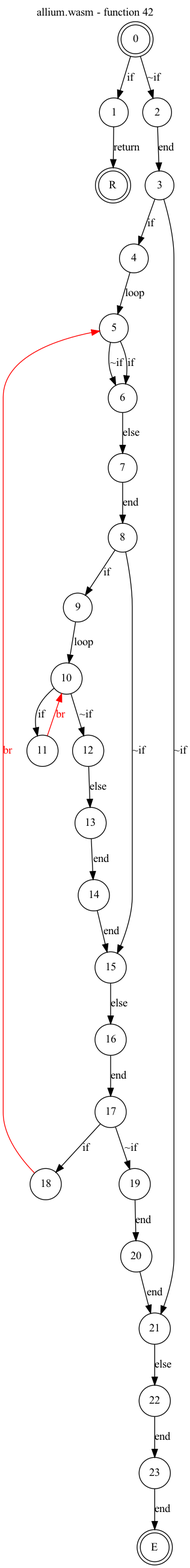
jsCarleton/wanalyze keeps this Graphviz diagram as test_cases/allium/funcs/allium-func42.png. Above is the earlier version. Its source is kept beside it as test_cases/allium/funcs/allium-func42.dot.
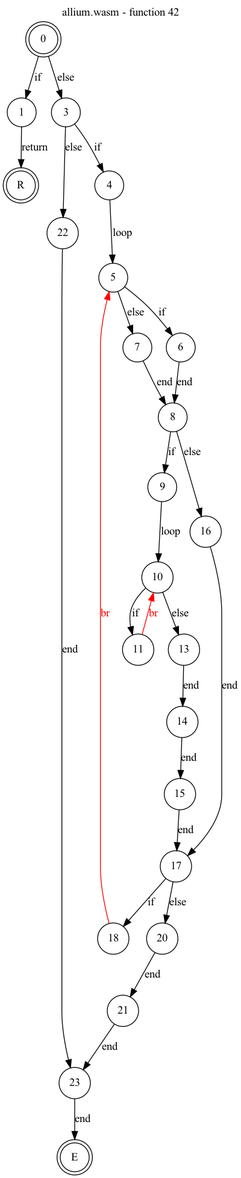
After the change.

The edit, as a diff of the source:
```diff
@@ -7,33 +7,30 @@
     node [shape = doublecircle]; 0 E R ;
     node [shape = circle];
     0 -> 1[label="if"];
-    0 -> 2[label="~if"];
+    0 -> 3[label="else"];
     1 -> R[label="return"];
-    2 -> 3[label="end"];
     3 -> 4[label="if"];
-    3 -> 21[label="~if"];
+    3 -> 22[label="else"];
     4 -> 5[label="loop"];
     5 -> 6[label="if"];
-    5 -> 6[label="~if"];
-    6 -> 7[label="else"];
+    5 -> 7[label="else"];
+    6 -> 8[label="end"];
     7 -> 8[label="end"];
     8 -> 9[label="if"];
-    8 -> 15[label="~if"];
+    8 -> 16[label="else"];
     9 -> 10[label="loop"];
     10 -> 11[label="if"];
-    10 -> 12[label="~if"];
+    10 -> 13[label="else"];
     11 -> 10[color="red" fontcolor="red" label="br"];
-    12 -> 13[label="else"];
     13 -> 14[label="end"];
     14 -> 15[label="end"];
-    15 -> 16[label="else"];
+    15 -> 17[label="end"];
     16 -> 17[label="end"];
     17 -> 18[label="if"];
-    17 -> 19[label="~if"];
+    17 -> 20[label="else"];
     18 -> 5[color="red" fontcolor="red" label="br"];
-    19 -> 20[label="end"];
     20 -> 21[label="end"];
-    21 -> 22[label="else"];
+    21 -> 23[label="end"];
     22 -> 23[label="end"];
     23 -> E[label="end"];
 }
```
